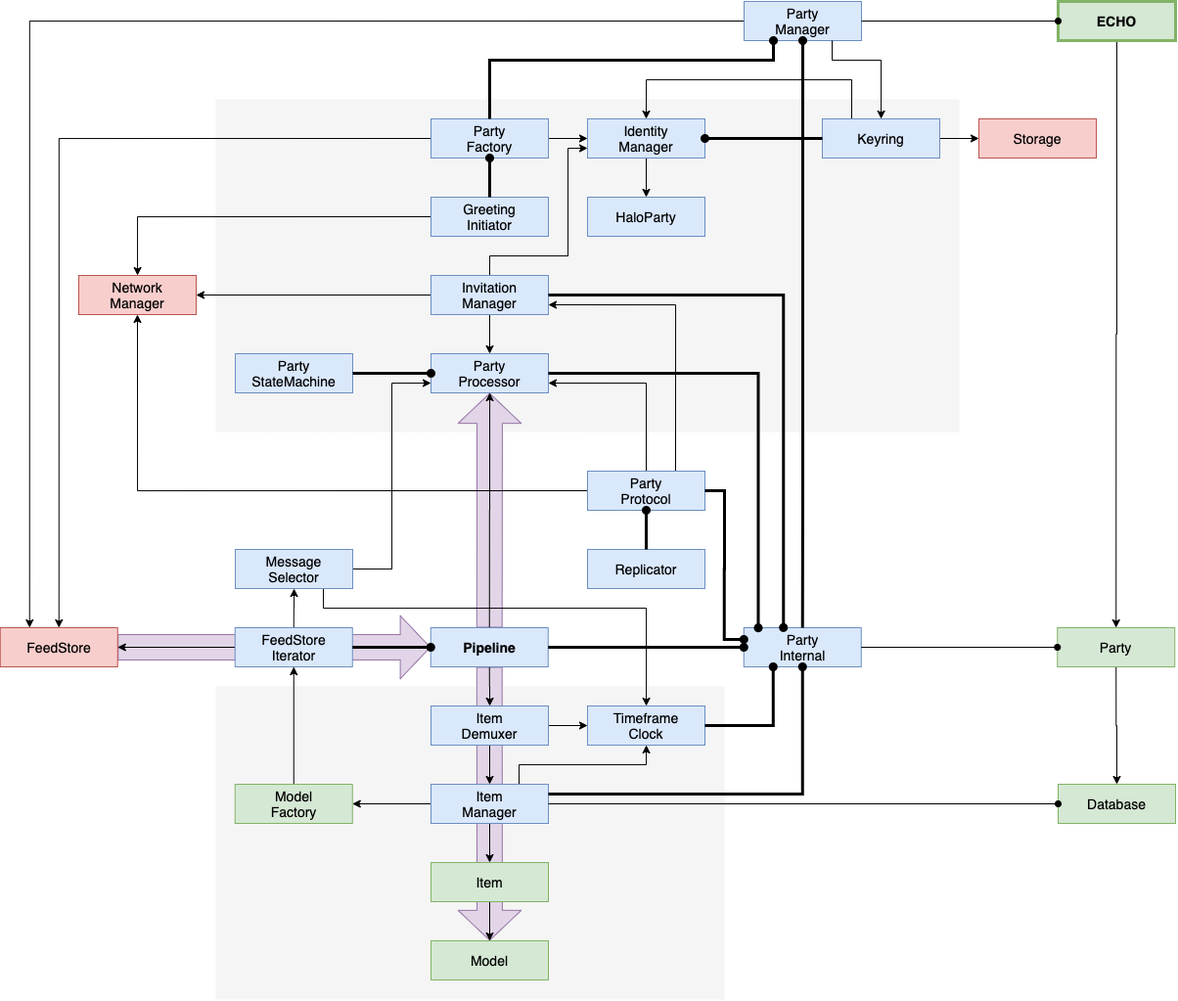
Earlier version of the draw.io export docs/content/diagrams/data-processing-2.png (dxos/dxos). Source tidied: cells renumbered, new cells last; positions are measured from the earlier drawing's top-left corner, leaving out a move shared by most shapes.
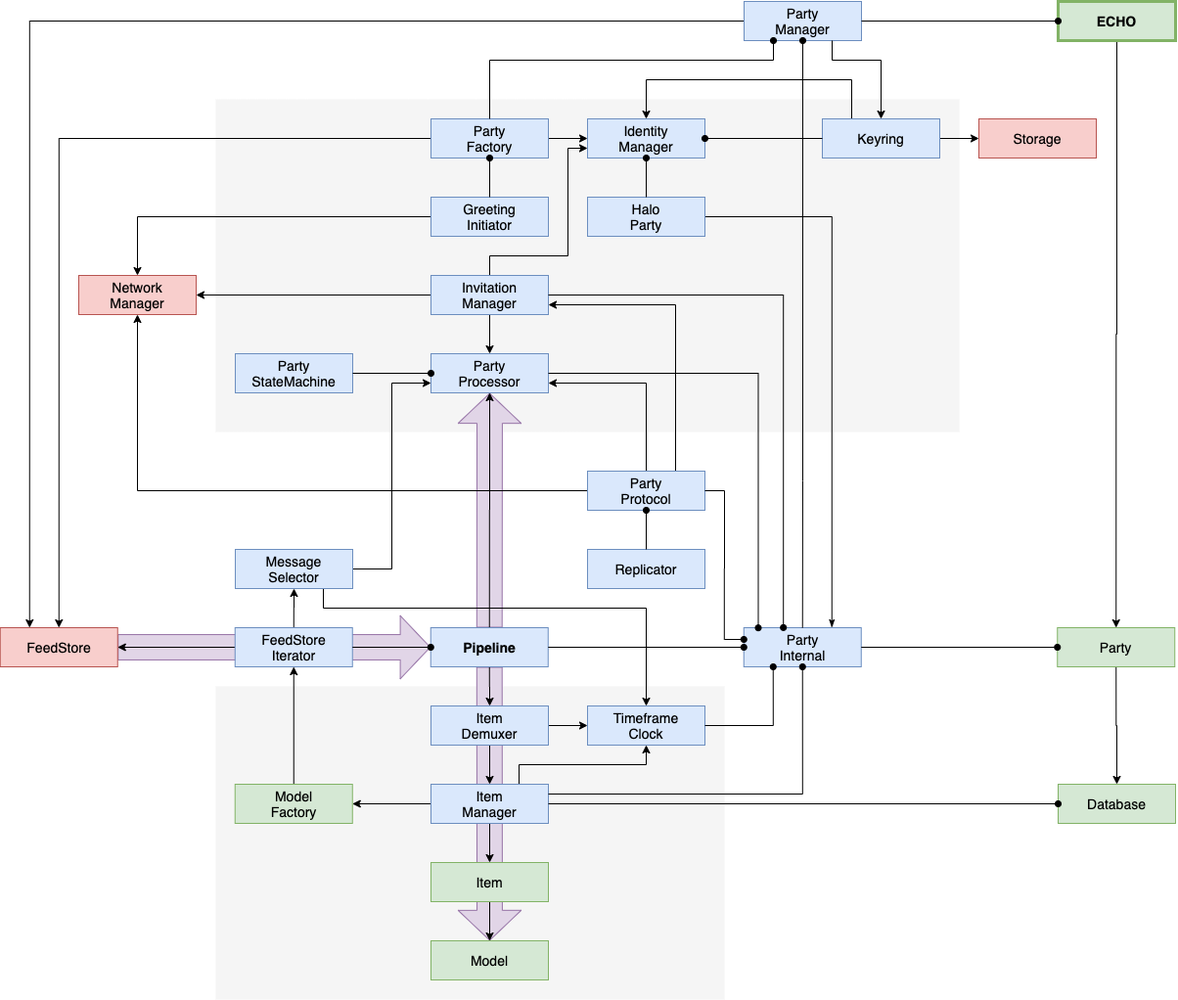
Above is the later version.

Change to the diagram source:
```diff
@@ -70,9 +70,6 @@
     <mxCell id="22" value="Timeframe&lt;br&gt;Clock" style="rounded=0;whiteSpace=wrap;html=1;fontSize=14;fontFamily=Helvetica;fillColor=#dae8fc;strokeColor=#6c8ebf;fontStyle=0;strokeWidth=1;" parent="1" vertex="1">
       <mxGeometry x="600" y="720" width="120" height="40" as="geometry" />
     </mxCell>
-    <mxCell id="23" style="edgeStyle=orthogonalEdgeStyle;rounded=0;jettySize=auto;html=1;exitX=0.5;exitY=1;exitDx=0;exitDy=0;entryX=0.5;entryY=0;entryDx=0;entryDy=0;" parent="1" edge="1" source="24" target="58">
-      <mxGeometry relative="1" as="geometry" />
-    </mxCell>
     <mxCell id="24" value="Identity&lt;br&gt;Manager" style="rounded=0;whiteSpace=wrap;html=1;fontSize=14;fontFamily=Helvetica;fillColor=#dae8fc;strokeColor=#6c8ebf;fontStyle=0;strokeWidth=1;" parent="1" vertex="1">
       <mxGeometry x="600" y="120" width="120" height="40" as="geometry" />
     </mxCell>
@@ -194,7 +191,10 @@
     <mxCell id="57" value="Replicator" style="rounded=0;whiteSpace=wrap;html=1;fontSize=14;fontFamily=Helvetica;fillColor=#dae8fc;strokeColor=#6c8ebf;fontStyle=0;strokeWidth=1;" parent="1" vertex="1">
       <mxGeometry x="600" y="560" width="120" height="40" as="geometry" />
     </mxCell>
+    <mxCell id="80" style="edgeStyle=orthogonalEdgeStyle;rounded=0;jettySize=auto;html=1;exitX=1;exitY=0.5;exitDx=0;exitDy=0;entryX=0.75;entryY=0;entryDx=0;entryDy=0;startArrow=none;startFill=0;endArrow=classicThin;endFill=1;strokeWidth=1;" parent="1" edge="1" source="58" target="10">
+      <mxGeometry relative="1" as="geometry" />
+    </mxCell>
-    <mxCell id="58" value="HaloParty" style="rounded=0;whiteSpace=wrap;html=1;fontSize=14;fontFamily=Helvetica;fillColor=#dae8fc;strokeColor=#6c8ebf;fontStyle=0;strokeWidth=1;" parent="1" vertex="1">
+    <mxCell id="58" value="Halo&lt;br&gt;Party" style="rounded=0;whiteSpace=wrap;html=1;fontSize=14;fontFamily=Helvetica;fillColor=#dae8fc;strokeColor=#6c8ebf;fontStyle=0;strokeWidth=1;" parent="1" vertex="1">
       <mxGeometry x="600" y="200" width="120" height="40" as="geometry" />
     </mxCell>
     <mxCell id="59" value="FeedStore&lt;br&gt;Iterator" style="rounded=0;whiteSpace=wrap;html=1;fontSize=14;fontFamily=Helvetica;fillColor=#dae8fc;strokeColor=#6c8ebf;fontStyle=0;strokeWidth=1;" parent="1" vertex="1">
@@ -217,7 +217,7 @@
         </Array>
       </mxGeometry>
     </mxCell>
-    <mxCell id="64" style="edgeStyle=orthogonalEdgeStyle;rounded=0;jettySize=auto;html=1;exitX=0.25;exitY=1;exitDx=0;exitDy=0;strokeWidth=3;endFill=0;endArrow=none;startFill=1;startArrow=oval;" parent="1" edge="1" source="9" target="32">
+    <mxCell id="64" style="edgeStyle=orthogonalEdgeStyle;rounded=0;jettySize=auto;html=1;exitX=0.25;exitY=1;exitDx=0;exitDy=0;strokeWidth=1;endFill=0;endArrow=none;startFill=1;startArrow=oval;" parent="1" edge="1" source="9" target="32">
       <mxGeometry relative="1" as="geometry">
         <Array as="points">
           <mxPoint x="790" y="60" />
@@ -234,40 +234,40 @@
     <mxCell id="67" style="edgeStyle=orthogonalEdgeStyle;rounded=0;jettySize=auto;html=1;exitX=0;exitY=0.5;exitDx=0;exitDy=0;endArrow=none;endFill=0;startArrow=oval;startFill=1;" parent="1" edge="1" source="49" target="9">
       <mxGeometry relative="1" as="geometry" />
     </mxCell>
-    <mxCell id="68" style="edgeStyle=orthogonalEdgeStyle;rounded=0;jettySize=auto;html=1;strokeWidth=3;endFill=0;endArrow=none;startFill=1;startArrow=oval;exitX=0.5;exitY=1;exitDx=0;exitDy=0;entryX=0.5;entryY=0;entryDx=0;entryDy=0;" parent="1" edge="1" source="32" target="37">
+    <mxCell id="68" style="edgeStyle=orthogonalEdgeStyle;rounded=0;jettySize=auto;html=1;strokeWidth=1;endFill=0;endArrow=none;startFill=1;startArrow=oval;exitX=0.5;exitY=1;exitDx=0;exitDy=0;entryX=0.5;entryY=0;entryDx=0;entryDy=0;" parent="1" edge="1" source="32" target="37">
       <mxGeometry relative="1" as="geometry" />
     </mxCell>
-    <mxCell id="69" style="edgeStyle=orthogonalEdgeStyle;rounded=0;jettySize=auto;html=1;exitX=1;exitY=0.5;exitDx=0;exitDy=0;strokeWidth=3;endFill=0;endArrow=none;startFill=1;startArrow=oval;" parent="1" edge="1" source="24" target="62">
+    <mxCell id="69" style="edgeStyle=orthogonalEdgeStyle;rounded=0;jettySize=auto;html=1;exitX=1;exitY=0.5;exitDx=0;exitDy=0;strokeWidth=1;endFill=0;endArrow=none;startFill=1;startArrow=oval;" parent="1" edge="1" source="24" target="62">
       <mxGeometry relative="1" as="geometry" />
     </mxCell>
-    <mxCell id="70" style="edgeStyle=orthogonalEdgeStyle;rounded=0;jettySize=auto;html=1;exitX=0;exitY=0.5;exitDx=0;exitDy=0;entryX=1;entryY=0.5;entryDx=0;entryDy=0;strokeWidth=3;endFill=0;endArrow=none;startFill=1;startArrow=oval;" parent="1" edge="1" source="19" target="59">
+    <mxCell id="70" style="edgeStyle=orthogonalEdgeStyle;rounded=0;jettySize=auto;html=1;exitX=0;exitY=0.5;exitDx=0;exitDy=0;entryX=1;entryY=0.5;entryDx=0;entryDy=0;strokeWidth=1;endFill=0;endArrow=none;startFill=1;startArrow=oval;" parent="1" edge="1" source="19" target="59">
       <mxGeometry relative="1" as="geometry" />
     </mxCell>
-    <mxCell id="71" style="edgeStyle=orthogonalEdgeStyle;rounded=0;jettySize=auto;html=1;exitX=0;exitY=0.5;exitDx=0;exitDy=0;strokeWidth=3;endFill=0;endArrow=none;startFill=1;startArrow=oval;" parent="1" edge="1" source="20" target="21">
+    <mxCell id="71" style="edgeStyle=orthogonalEdgeStyle;rounded=0;jettySize=auto;html=1;exitX=0;exitY=0.5;exitDx=0;exitDy=0;strokeWidth=1;endFill=0;endArrow=none;startFill=1;startArrow=oval;" parent="1" edge="1" source="20" target="21">
       <mxGeometry relative="1" as="geometry" />
     </mxCell>
-    <mxCell id="72" style="edgeStyle=orthogonalEdgeStyle;rounded=0;jettySize=auto;html=1;exitX=0.5;exitY=1;exitDx=0;exitDy=0;strokeWidth=3;endFill=0;endArrow=none;startFill=1;startArrow=oval;" parent="1" edge="1" source="29" target="57">
+    <mxCell id="72" style="edgeStyle=orthogonalEdgeStyle;rounded=0;jettySize=auto;html=1;exitX=0.5;exitY=1;exitDx=0;exitDy=0;strokeWidth=1;endFill=0;endArrow=none;startFill=1;startArrow=oval;" parent="1" edge="1" source="29" target="57">
       <mxGeometry relative="1" as="geometry" />
     </mxCell>
-    <mxCell id="73" style="edgeStyle=orthogonalEdgeStyle;rounded=0;jettySize=auto;html=1;exitX=0;exitY=0.5;exitDx=0;exitDy=0;entryX=1;entryY=0.5;entryDx=0;entryDy=0;strokeWidth=3;endFill=0;endArrow=none;startFill=1;startArrow=oval;" parent="1" edge="1" source="10" target="19">
+    <mxCell id="73" style="edgeStyle=orthogonalEdgeStyle;rounded=0;jettySize=auto;html=1;exitX=0;exitY=0.5;exitDx=0;exitDy=0;entryX=1;entryY=0.5;entryDx=0;entryDy=0;strokeWidth=1;endFill=0;endArrow=none;startFill=1;startArrow=oval;" parent="1" edge="1" source="10" target="19">
       <mxGeometry relative="1" as="geometry" />
     </mxCell>
-    <mxCell id="74" style="edgeStyle=orthogonalEdgeStyle;rounded=0;jettySize=auto;html=1;exitX=0;exitY=0.3;exitDx=0;exitDy=0;strokeWidth=3;endFill=0;endArrow=none;startFill=1;startArrow=oval;entryX=1;entryY=0.5;entryDx=0;entryDy=0;exitPerimeter=0;" parent="1" edge="1" source="10" target="29">
+    <mxCell id="74" style="edgeStyle=orthogonalEdgeStyle;rounded=0;jettySize=auto;html=1;exitX=0;exitY=0.3;exitDx=0;exitDy=0;strokeWidth=1;endFill=0;endArrow=none;startFill=1;startArrow=oval;entryX=1;entryY=0.5;entryDx=0;entryDy=0;exitPerimeter=0;" parent="1" edge="1" source="10" target="29">
       <mxGeometry relative="1" as="geometry" />
     </mxCell>
-    <mxCell id="75" style="edgeStyle=orthogonalEdgeStyle;rounded=0;jettySize=auto;html=1;exitX=0.123;exitY=0.004;exitDx=0;exitDy=0;entryX=1;entryY=0.5;entryDx=0;entryDy=0;strokeWidth=3;endFill=0;endArrow=none;startFill=1;startArrow=oval;exitPerimeter=0;" parent="1" edge="1" source="10" target="20">
+    <mxCell id="75" style="edgeStyle=orthogonalEdgeStyle;rounded=0;jettySize=auto;html=1;exitX=0.123;exitY=0.004;exitDx=0;exitDy=0;entryX=1;entryY=0.5;entryDx=0;entryDy=0;strokeWidth=1;endFill=0;endArrow=none;startFill=1;startArrow=oval;exitPerimeter=0;" parent="1" edge="1" source="10" target="20">
       <mxGeometry relative="1" as="geometry" />
     </mxCell>
-    <mxCell id="76" style="edgeStyle=orthogonalEdgeStyle;rounded=0;jettySize=auto;html=1;exitX=0.5;exitY=1;exitDx=0;exitDy=0;entryX=1;entryY=0.25;entryDx=0;entryDy=0;strokeWidth=3;endFill=0;endArrow=none;startFill=1;startArrow=oval;" parent="1" edge="1" source="10" target="61">
+    <mxCell id="76" style="edgeStyle=orthogonalEdgeStyle;rounded=0;jettySize=auto;html=1;exitX=0.5;exitY=1;exitDx=0;exitDy=0;entryX=1;entryY=0.25;entryDx=0;entryDy=0;strokeWidth=1;endFill=0;endArrow=none;startFill=1;startArrow=oval;" parent="1" edge="1" source="10" target="61">
       <mxGeometry relative="1" as="geometry" />
     </mxCell>
-    <mxCell id="77" style="edgeStyle=orthogonalEdgeStyle;rounded=0;jettySize=auto;html=1;exitX=0.337;exitY=-0.003;exitDx=0;exitDy=0;entryX=1;entryY=0.5;entryDx=0;entryDy=0;strokeWidth=3;endFill=0;endArrow=none;startFill=1;startArrow=oval;exitPerimeter=0;" parent="1" edge="1" source="10" target="41">
+    <mxCell id="77" style="edgeStyle=orthogonalEdgeStyle;rounded=0;jettySize=auto;html=1;exitX=0.337;exitY=-0.003;exitDx=0;exitDy=0;entryX=1;entryY=0.5;entryDx=0;entryDy=0;strokeWidth=1;endFill=0;endArrow=none;startFill=1;startArrow=oval;exitPerimeter=0;" parent="1" edge="1" source="10" target="41">
       <mxGeometry relative="1" as="geometry" />
     </mxCell>
-    <mxCell id="78" style="edgeStyle=orthogonalEdgeStyle;rounded=0;jettySize=auto;html=1;exitX=0.25;exitY=1;exitDx=0;exitDy=0;entryX=1;entryY=0.5;entryDx=0;entryDy=0;startArrow=oval;startFill=1;endArrow=none;endFill=0;strokeWidth=3;" parent="1" edge="1" source="10" target="22">
+    <mxCell id="78" style="edgeStyle=orthogonalEdgeStyle;rounded=0;jettySize=auto;html=1;exitX=0.25;exitY=1;exitDx=0;exitDy=0;entryX=1;entryY=0.5;entryDx=0;entryDy=0;startArrow=oval;startFill=1;endArrow=none;endFill=0;strokeWidth=1;" parent="1" edge="1" source="10" target="22">
       <mxGeometry relative="1" as="geometry" />
     </mxCell>
-    <mxCell id="79" style="edgeStyle=orthogonalEdgeStyle;rounded=0;jettySize=auto;html=1;exitX=0.5;exitY=1;exitDx=0;exitDy=0;startArrow=oval;startFill=1;endArrow=none;endFill=0;strokeWidth=3;entryX=0.5;entryY=0;entryDx=0;entryDy=0;" parent="1" edge="1" source="9" target="10">
+    <mxCell id="79" style="edgeStyle=orthogonalEdgeStyle;rounded=0;jettySize=auto;html=1;exitX=0.5;exitY=1;exitDx=0;exitDy=0;startArrow=oval;startFill=1;endArrow=none;endFill=0;strokeWidth=1;entryX=0.5;entryY=0;entryDx=0;entryDy=0;" parent="1" edge="1" source="9" target="10">
       <mxGeometry relative="1" as="geometry">
         <Array as="points">
           <mxPoint x="820" y="490" />
@@ -275,5 +275,8 @@
         </Array>
       </mxGeometry>
     </mxCell>
+    <mxCell id="23" style="edgeStyle=orthogonalEdgeStyle;rounded=0;jettySize=auto;html=1;exitX=0.5;exitY=1;exitDx=0;exitDy=0;entryX=0.5;entryY=0;entryDx=0;entryDy=0;startArrow=oval;startFill=1;endArrow=none;endFill=0;" parent="1" edge="1" source="24" target="58">
+      <mxGeometry relative="1" as="geometry" />
+    </mxCell>
   </root>
 </mxGraphModel>
```
